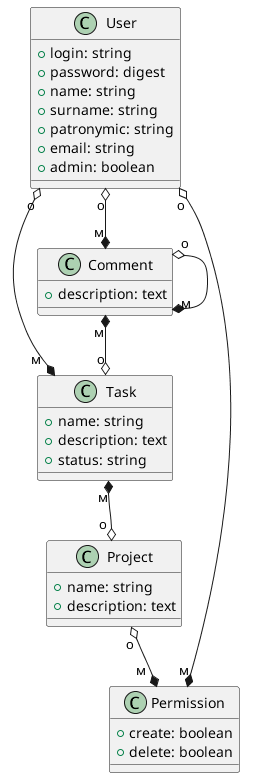
Earlier version of the PlantUML export out/tasks/diagram.png (Spoleri/Diagram).
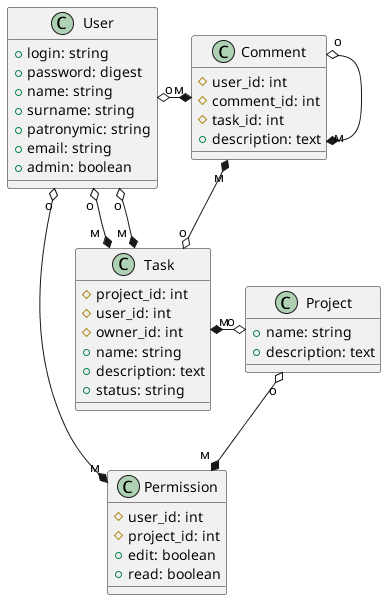
Later version of the same file.

Commit message:
Добавил вторичные ключи

Change to the diagram source:
```diff
@@ -10,12 +10,18 @@
     }
 
     class Task {
+        # project_id: int
+        # user_id: int
+        # owner_id: int
         + name: string
         + description: text
         + status: string
     }
 
     class Comment {
+        # user_id: int
+        # comment_id: int
+        # task_id: int
         + description: text
     }
 
@@ -25,18 +31,18 @@
     }
 
     class Permission {
-        + create: boolean
-        + delete: boolean
+        # user_id: int
+        # project_id: int
+        + edit: boolean
+        + read: boolean
     }
 
-
-    User "о" o--* "м" Comment
-    User "o" o---* "м  " Task
-    Task "м" *--o "o " Project
+    User "о" o-right-* "м" Comment
+    User "o" o-down-* "м  " Task
+    User "о" o-down-* "м  " Task
+    Task "м" *-o "o " Project
     Project "о" o--* "м  " Permission
     Permission "м" *--o "о" User
     Comment "о" o--* "м" Comment
     Comment "м" *--o "о" Task
-
-
 @enduml
```
